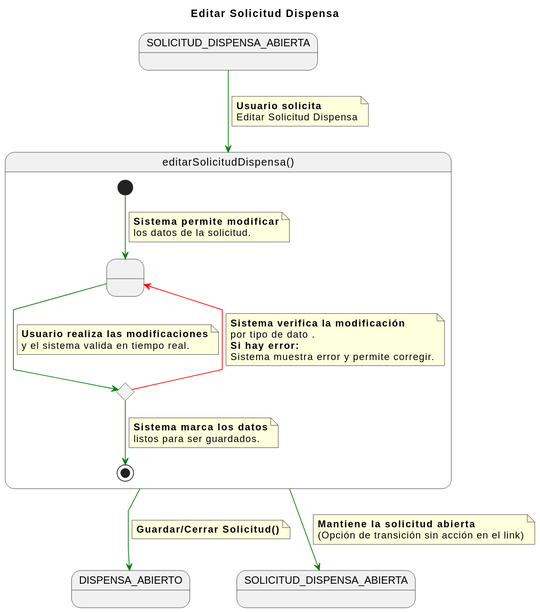
enmabry/25-26-IdSw1-SdR keeps this PlantUML diagram as documents/CasosDeUso/DetalladoCasosDeUso/Secretaria/editarSolicitudDispensa.svg. Above is the earlier version.
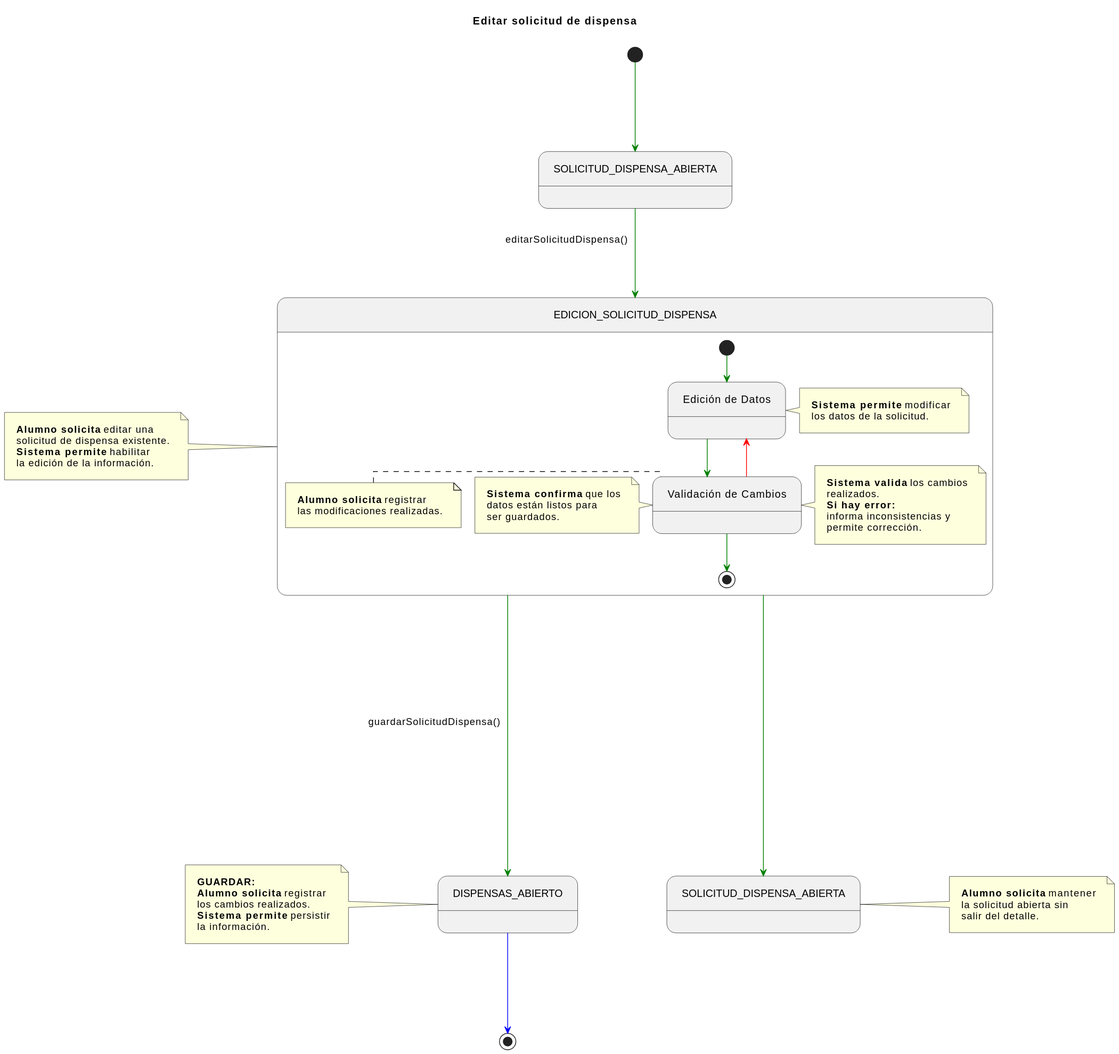
Above is the later version.

The edit, as a diff of the source:
```diff
@@ -1,58 +1,87 @@
 @startuml
-title Editar Solicitud Dispensa
+title Editar solicitud de dispensa
 
-skinparam linetype polyline
 
-state startState as "SOLICITUD_DISPENSA_ABIERTA"
-state endState1 as "DISPENSA_ABIERTO"
-state endState2 as "SOLICITUD_DISPENSA_ABIERTA"
+skinparam nodesep 120
+skinparam ranksep 120
+skinparam linetype ortho
+skinparam Padding 10
 
-startState -[#green]-> editarSolicitudDispensa
-note on link
-    <b>Usuario solicita</b>
-    Editar Solicitud Dispensa
+state SOLICITUD_DISPENSA_ABIERTA_INICIAL as "SOLICITUD_DISPENSA_ABIERTA"
+state EDICION_SOLICITUD_COMP             as "EDICION_SOLICITUD_DISPENSA"
+state DISPENSAS_ABIERTO_FINAL            as "DISPENSAS_ABIERTO"
+state SOLICITUD_DISPENSA_ABIERTA_FINAL   as "SOLICITUD_DISPENSA_ABIERTA"
+
+[*] -[#green]-> SOLICITUD_DISPENSA_ABIERTA_INICIAL
+
+SOLICITUD_DISPENSA_ABIERTA_INICIAL -[#green]-> EDICION_SOLICITUD_COMP : editarSolicitudDispensa()
+
+note left of EDICION_SOLICITUD_COMP
+    <b>Alumno solicita</b> editar una
+    solicitud de dispensa existente.
+    <b>Sistema permite</b> habilitar
+    la edición de la información.
 end note
 
-state editarSolicitudDispensa as "editarSolicitudDispensa()" {
-    state PermitirModificacion as " "
-    state ValidarModificaciones <<choice>>
+
+state EDICION_SOLICITUD_COMP {
+
+    state PermitirModificacion as "Edición de Datos"
+    state ValidarModificaciones as "Validación de Cambios"
 
     [*] -[#green]-> PermitirModificacion
-    note on link
-        <b>Sistema permite modificar</b>
+
+    note right of PermitirModificacion
+        <b>Sistema permite</b> modificar
         los datos de la solicitud.
     end note
 
     PermitirModificacion -[#green]-> ValidarModificaciones
-    note on link
-        <b>Usuario realiza las modificaciones</b>
-        y el sistema valida en tiempo real.
+
+    note left of ValidarModificaciones
+        <b>Alumno solicita</b> registrar
+        las modificaciones realizadas.
     end note
 
     ValidarModificaciones -[#red]-> PermitirModificacion
-    note on link
-        <b>Sistema verifica la modificación</b>
-        por tipo de dato .
+
+    note right of ValidarModificaciones
+        <b>Sistema valida</b> los cambios
+        realizados.
         <b>Si hay error:</b>
-        Sistema muestra error y permite corregir.
+        informa inconsistencias y
+        permite corrección.
     end note
 
     ValidarModificaciones -[#green]-> [*]
-    note on link
-        <b>Sistema marca los datos</b>
-        listos para ser guardados.
+
+    note left of ValidarModificaciones
+        <b>Sistema confirma</b> que los
+        datos están listos para
+        ser guardados.
     end note
 }
 
 
-editarSolicitudDispensa -[#green]-> endState1
-note on link
-    <b>Guardar/Cerrar Solicitud()</b>
+EDICION_SOLICITUD_COMP -[#green]---> DISPENSAS_ABIERTO_FINAL : guardarSolicitudDispensa()
+
+note left of DISPENSAS_ABIERTO_FINAL
+    <b>GUARDAR:</b>
+    <b>Alumno solicita</b> registrar
+    los cambios realizados.
+    <b>Sistema permite</b> persistir
+    la información.
 end note
 
-editarSolicitudDispensa -[#green]-> endState2
-note on link
-    <b>Mantiene la solicitud abierta</b>
-    (Opción de transición sin acción en el link)
+
+EDICION_SOLICITUD_COMP -[#green]---> SOLICITUD_DISPENSA_ABIERTA_FINAL
+
+note right of SOLICITUD_DISPENSA_ABIERTA_FINAL
+    <b>Alumno solicita</b> mantener
+    la solicitud abierta sin
+    salir del detalle.
 end note
+
+
+DISPENSAS_ABIERTO_FINAL -[#blue]-> [*]
 @enduml
```
